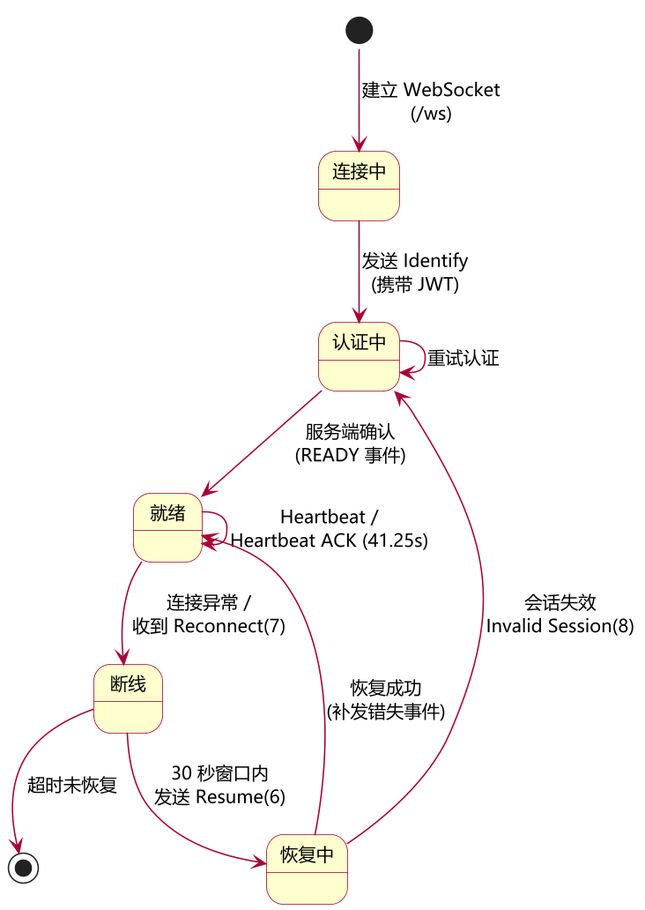
This is docs/figures/fig4-4-gateway-state.png from Siegfried-Crowley/Chorus, a PlantUML export, as it was before one commit. Its diagram source:
```plantuml
@startuml fig4-4-gateway-state
!pragma layout smetana
skinparam backgroundColor #FFFFFF
skinparam defaultFontName "Microsoft YaHei"
skinparam defaultFontSize 13
skinparam shadowing false
skinparam dpi 150
skinparam ArrowColor #A80036
skinparam state {
  BackgroundColor #FEFECE
  BorderColor #A80036
  FontColor #000000
}

[*] --> 连接中 : 建立 WebSocket\n(/ws)
连接中 --> 认证中 : 发送 Identify\n(携带 JWT)
认证中 --> 就绪 : 服务端确认\n(READY 事件)
就绪 --> 就绪 : Heartbeat /\nHeartbeat ACK (41.25s)
就绪 --> 断线 : 连接异常 /\n收到 Reconnect(7)
断线 --> 恢复中 : 30 秒窗口内\n发送 Resume(6)
恢复中 --> 就绪 : 恢复成功\n(补发错失事件)
恢复中 --> 认证中 : 会话失效\nInvalid Session(8)
断线 --> [*] : 超时未恢复
认证中 --> 认证中 : 重试认证
@enduml
```
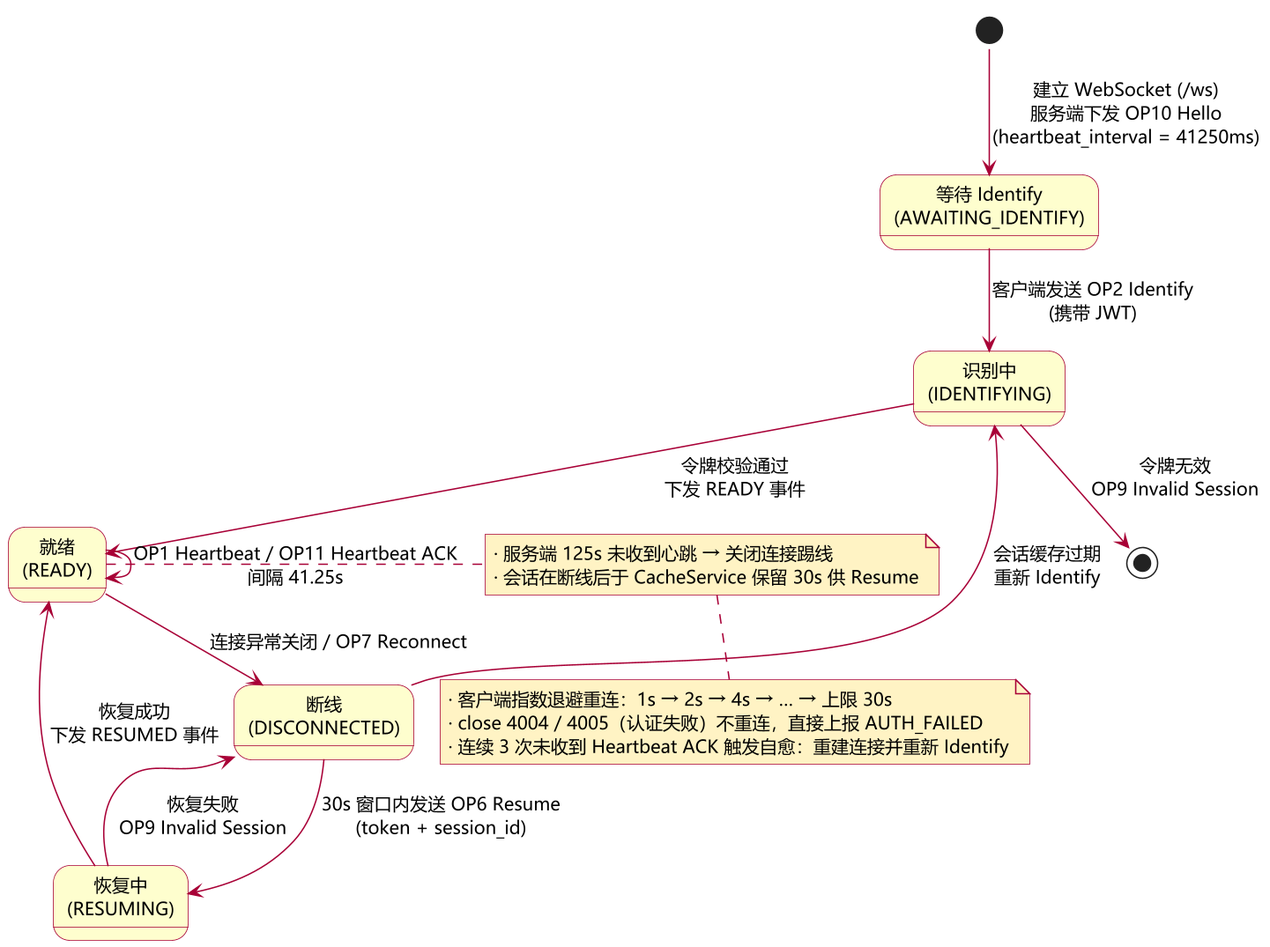
Above is the later version.

Change to the diagram source:
```diff
@@ -11,15 +11,36 @@
   BorderColor #A80036
   FontColor #000000
 }
+skinparam note {
+  BackgroundColor #FFF3C4
+  BorderColor #A80036
+}
 
-[*] --> 连接中 : 建立 WebSocket\n(/ws)
-连接中 --> 认证中 : 发送 Identify\n(携带 JWT)
-认证中 --> 就绪 : 服务端确认\n(READY 事件)
-就绪 --> 就绪 : Heartbeat /\nHeartbeat ACK (41.25s)
-就绪 --> 断线 : 连接异常 /\n收到 Reconnect(7)
-断线 --> 恢复中 : 30 秒窗口内\n发送 Resume(6)
-恢复中 --> 就绪 : 恢复成功\n(补发错失事件)
-恢复中 --> 认证中 : 会话失效\nInvalid Session(8)
-断线 --> [*] : 超时未恢复
-认证中 --> 认证中 : 重试认证
+state "等待 Identify\n(AWAITING_IDENTIFY)" as awaiting
+state "识别中\n(IDENTIFYING)" as identifying
+state "就绪\n(READY)" as ready
+state "断线\n(DISCONNECTED)" as disconnected
+state "恢复中\n(RESUMING)" as resuming
+
+[*] --> awaiting : 建立 WebSocket (/ws)\n服务端下发 OP10 Hello\n(heartbeat_interval = 41250ms)
+awaiting --> identifying : 客户端发送 OP2 Identify\n(携带 JWT)
+identifying --> ready : 令牌校验通过\n下发 READY 事件
+identifying --> [*] : 令牌无效\nOP9 Invalid Session
+ready --> ready : OP1 Heartbeat / OP11 Heartbeat ACK\n间隔 41.25s
+ready --> disconnected : 连接异常关闭 / OP7 Reconnect
+disconnected --> resuming : 30s 窗口内发送 OP6 Resume\n(token + session_id)
+resuming --> ready : 恢复成功\n下发 RESUMED 事件
+resuming --> disconnected : 恢复失败\nOP9 Invalid Session
+disconnected --> identifying : 会话缓存过期\n重新 Identify
+
+note right of ready
+  · 服务端 125s 未收到心跳 → 关闭连接踢线
+  · 会话在断线后于 CacheService 保留 30s 供 Resume
+end note
+
+note bottom
+  · 客户端指数退避重连：1s → 2s → 4s → … → 上限 30s
+  · close 4004 / 4005（认证失败）不重连，直接上报 AUTH_FAILED
+  · 连续 3 次未收到 Heartbeat ACK 触发自愈：重建连接并重新 Identify
+end note
 @enduml
```
